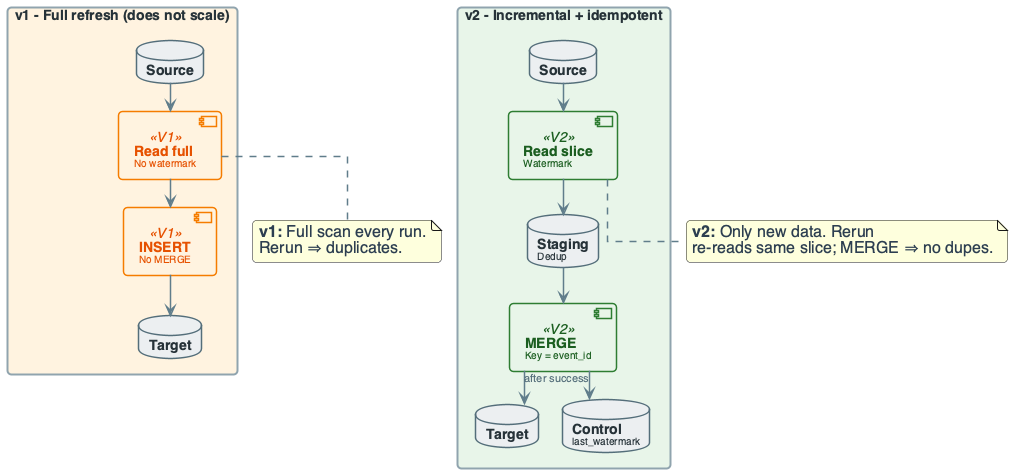
This is diagrams/week04/week4_lecture_evolution_v1_v2.png from OrPerets/data-engineering-course, a PlantUML export, as it was before one commit.
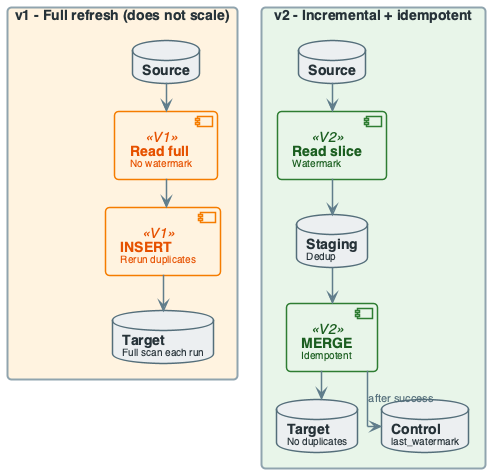
After the commit.

Diff of the diagram source:
```diff
@@ -121,8 +121,8 @@
 rectangle "v1 - Full refresh (does not scale)" #FFF3E0 {
     database "**Source**" as S1
     component "**Read full**\n<size:10>No watermark</size>" as R1 <<V1>>
-    component "**INSERT**\n<size:10>No MERGE</size>" as I1 <<V1>>
-    database "**Target**" as T1
+    component "**INSERT**\n<size:10>Rerun duplicates</size>" as I1 <<V1>>
+    database "**Target**\n<size:10>Full scan each run</size>" as T1
 }
 S1 --> R1
 R1 --> I1
@@ -132,8 +132,8 @@
     database "**Source**" as S2
     component "**Read slice**\n<size:10>Watermark</size>" as R2 <<V2>>
     database "**Staging**\n<size:10>Dedup</size>" as ST2
-    component "**MERGE**\n<size:10>Key = event_id</size>" as M2 <<V2>>
-    database "**Target**" as T2
+    component "**MERGE**\n<size:10>Idempotent</size>" as M2 <<V2>>
+    database "**Target**\n<size:10>No duplicates</size>" as T2
     database "**Control**\n<size:10>last_watermark</size>" as C2
 }
 S2 --> R2
@@ -143,14 +143,5 @@
 M2 --> C2 : "after success"
 
 R1 -[hidden]right- R2
-note bottom of R1
-  **v1:** Full scan every run.
-  Rerun ⇒ duplicates.
-end note
-
-note bottom of R2
-  **v2:** Only new data. Rerun
-  re-reads same slice; MERGE ⇒ no dupes.
-end note
 
 @enduml
```
